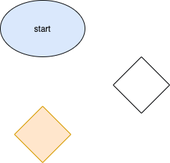
Before: explore/diagramming/diagram.drawio.png, a diagram exported from draw.io (carriens/fa21-cse110-lab4). Source tidied: cells renumbered, new cells last; positions are measured from the earlier drawing's top-left corner, leaving out a move shared by most shapes. Its diagram source:
```xml
<mxGraphModel>
  <root>
    <mxCell id="0" />
    <mxCell id="1" parent="0" />
    <mxCell id="2" value="start" style="ellipse;whiteSpace=wrap;html=1;fillColor=#dae8fc;strokeColor=#06080A;fontColor=#0A0A0A;" parent="1" vertex="1">
      <mxGeometry width="120" height="80" as="geometry" />
    </mxCell>
    <mxCell id="3" style="rhombus;whiteSpace=wrap;html=1;fontColor=#0A0A0A;strokeColor=#06080A;gradientColor=none;" parent="1" vertex="1">
      <mxGeometry x="160" y="80" width="80" height="80" as="geometry" />
    </mxCell>
    <mxCell id="4" style="rhombus;whiteSpace=wrap;html=1;strokeColor=#d79b00;fillColor=#ffe6cc;fontColor=#0A0A0A;" parent="1" vertex="1">
      <mxGeometry x="20" y="150" width="80" height="80" as="geometry" />
    </mxCell>
  </root>
</mxGraphModel>
```
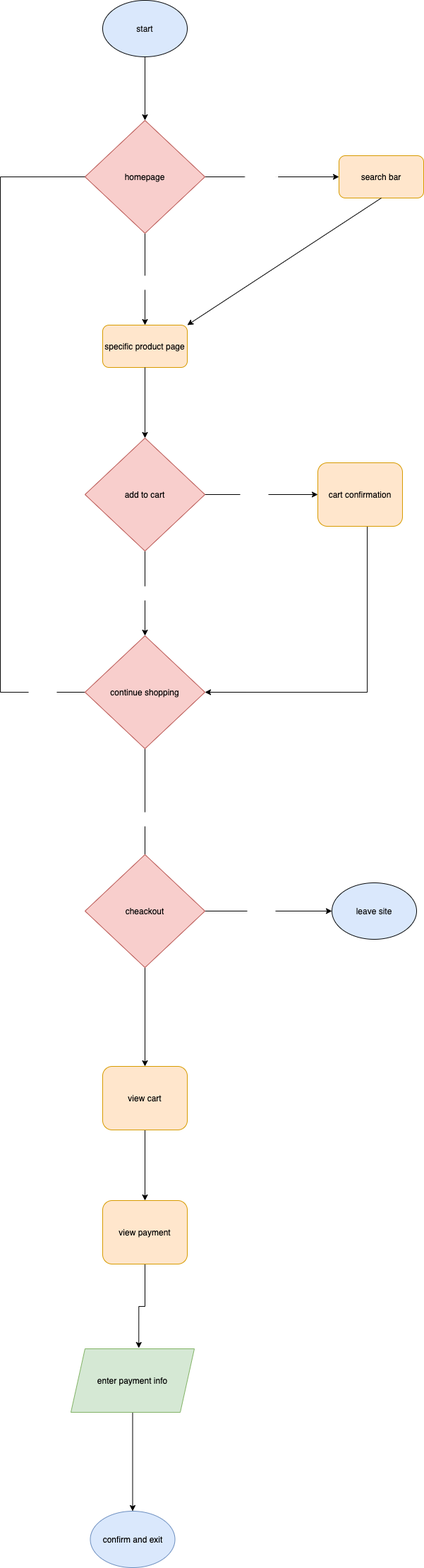
Later version of the same file.

Change to the diagram source:
```diff
@@ -3,13 +3,141 @@
     <mxCell id="0" />
     <mxCell id="1" parent="0" />
     <mxCell id="2" value="start" style="ellipse;whiteSpace=wrap;html=1;fillColor=#dae8fc;strokeColor=#06080A;fontColor=#0A0A0A;" parent="1" vertex="1">
-      <mxGeometry width="120" height="80" as="geometry" />
+      <mxGeometry x="45" y="-20" width="120" height="80" as="geometry" />
     </mxCell>
-    <mxCell id="3" style="rhombus;whiteSpace=wrap;html=1;fontColor=#0A0A0A;strokeColor=#06080A;gradientColor=none;" parent="1" vertex="1">
-      <mxGeometry x="160" y="80" width="80" height="80" as="geometry" />
-    </mxCell>
+    <mxCell id="5" style="edgeStyle=orthogonalEdgeStyle;rounded=0;jettySize=auto;html=1;fontColor=#000000;endArrow=none;endFill=0;" parent="1" edge="1" source="4" target="35">
+      <mxGeometry relative="1" as="geometry" />
+    </mxCell>
+    <mxCell id="6" style="edgeStyle=orthogonalEdgeStyle;rounded=0;jettySize=auto;html=1;entryX=0.5;entryY=0;entryDx=0;entryDy=0;fontColor=#FFFFFF;endArrow=none;endFill=0;" parent="1" edge="1" source="4" target="37">
+      <mxGeometry relative="1" as="geometry" />
+    </mxCell>
-    <mxCell id="4" style="rhombus;whiteSpace=wrap;html=1;strokeColor=#d79b00;fillColor=#ffe6cc;fontColor=#0A0A0A;" parent="1" vertex="1">
-      <mxGeometry x="20" y="150" width="80" height="80" as="geometry" />
+    <mxCell id="4" value="homepage" style="rhombus;whiteSpace=wrap;html=1;strokeColor=#b85450;fillColor=#f8cecc;fontColor=#000000;rounded=0;" parent="1" vertex="1">
+      <mxGeometry x="20" y="150" width="170" height="160" as="geometry" />
     </mxCell>
+    <mxCell id="7" style="endArrow=classic;html=1;fontColor=#0A0A0A;entryX=0.5;entryY=0;entryDx=0;entryDy=0;exitX=0.5;exitY=1;exitDx=0;exitDy=0;" parent="1" edge="1" source="2" target="4">
+      <mxGeometry relative="1" as="geometry" />
+    </mxCell>
+    <mxCell id="8" value="&lt;font color=&quot;#000000&quot;&gt;search bar&lt;/font&gt;" style="rounded=1;whiteSpace=wrap;html=1;strokeColor=#d79b00;fillColor=#ffe6cc;" parent="1" vertex="1">
+      <mxGeometry x="380" y="200" width="120" height="60" as="geometry" />
+    </mxCell>
+    <mxCell id="9" style="endArrow=classic;html=1;fontColor=#0A0A0A;exitX=0.5;exitY=1;exitDx=0;exitDy=0;entryX=1;entryY=0;entryDx=0;entryDy=0;" parent="1" edge="1" source="8" target="10">
+      <mxGeometry relative="1" as="geometry" />
+    </mxCell>
+    <mxCell id="10" value="&lt;font color=&quot;#000000&quot;&gt;specific product page&lt;/font&gt;" style="rounded=1;whiteSpace=wrap;html=1;strokeColor=#d79b00;fillColor=#ffe6cc;" parent="1" vertex="1">
+      <mxGeometry x="45" y="440" width="120" height="60" as="geometry" />
+    </mxCell>
+    <mxCell id="11" style="edgeStyle=orthogonalEdgeStyle;rounded=0;jettySize=auto;html=1;fontColor=#0A0A0A;entryX=0.5;entryY=0;entryDx=0;entryDy=0;exitX=0.5;exitY=1;exitDx=0;exitDy=0;" parent="1" edge="1" source="10" target="16">
+      <mxGeometry relative="1" as="geometry" />
+    </mxCell>
+    <mxCell id="12" style="edgeStyle=orthogonalEdgeStyle;rounded=0;jettySize=auto;html=1;entryX=1;entryY=0.5;entryDx=0;entryDy=0;fontColor=#FFFFFF;" parent="1" edge="1" source="13" target="21">
+      <mxGeometry relative="1" as="geometry">
+        <Array as="points">
+          <mxPoint x="420" y="960" />
+        </Array>
+      </mxGeometry>
+    </mxCell>
+    <mxCell id="13" value="&lt;font color=&quot;#000000&quot;&gt;cart confirmation&lt;/font&gt;" style="rounded=1;whiteSpace=wrap;html=1;strokeColor=#d79b00;fillColor=#ffe6cc;" parent="1" vertex="1">
+      <mxGeometry x="350" y="635" width="120" height="90" as="geometry" />
+    </mxCell>
+    <mxCell id="14" style="edgeStyle=orthogonalEdgeStyle;rounded=0;jettySize=auto;html=1;fontColor=#FFFFFF;endArrow=none;endFill=0;" parent="1" edge="1" source="16" target="18">
+      <mxGeometry relative="1" as="geometry" />
+    </mxCell>
+    <mxCell id="15" style="edgeStyle=orthogonalEdgeStyle;rounded=0;jettySize=auto;html=1;fontColor=#FFFFFF;endArrow=none;endFill=0;" parent="1" edge="1" source="16" target="23">
+      <mxGeometry relative="1" as="geometry" />
+    </mxCell>
+    <mxCell id="16" value="add to cart" style="rhombus;whiteSpace=wrap;html=1;strokeColor=#b85450;fillColor=#f8cecc;fontColor=#000000;" parent="1" vertex="1">
+      <mxGeometry x="20" y="600" width="170" height="160" as="geometry" />
+    </mxCell>
+    <mxCell id="17" style="edgeStyle=orthogonalEdgeStyle;rounded=0;jettySize=auto;html=1;entryX=0;entryY=0.5;entryDx=0;entryDy=0;fontColor=#FFFFFF;" parent="1" edge="1" source="18" target="13">
+      <mxGeometry relative="1" as="geometry" />
+    </mxCell>
+    <mxCell id="18" value="YES" style="text;html=1;strokeColor=none;fillColor=none;align=center;verticalAlign=middle;whiteSpace=wrap;rounded=0;fontColor=#FFFFFF;" parent="1" vertex="1">
+      <mxGeometry x="240" y="670" width="40" height="20" as="geometry" />
+    </mxCell>
+    <mxCell id="19" style="edgeStyle=orthogonalEdgeStyle;rounded=0;jettySize=auto;html=1;entryX=1;entryY=0.5;entryDx=0;entryDy=0;fontColor=#FFFFFF;endArrow=none;endFill=0;" parent="1" edge="1" source="21" target="25">
+      <mxGeometry relative="1" as="geometry" />
+    </mxCell>
+    <mxCell id="20" style="edgeStyle=orthogonalEdgeStyle;rounded=0;jettySize=auto;html=1;entryX=0.5;entryY=0;entryDx=0;entryDy=0;fontColor=#FFFFFF;endArrow=none;endFill=0;" parent="1" edge="1" source="21" target="27">
+      <mxGeometry relative="1" as="geometry" />
+    </mxCell>
+    <mxCell id="21" value="continue shopping" style="rhombus;whiteSpace=wrap;html=1;strokeColor=#b85450;fillColor=#f8cecc;fontColor=#000000;" parent="1" vertex="1">
+      <mxGeometry x="20" y="880" width="170" height="160" as="geometry" />
+    </mxCell>
+    <mxCell id="22" style="edgeStyle=orthogonalEdgeStyle;rounded=0;jettySize=auto;html=1;fontColor=#FFFFFF;" parent="1" edge="1" source="23" target="21">
+      <mxGeometry relative="1" as="geometry" />
+    </mxCell>
+    <mxCell id="23" value="NO" style="text;html=1;strokeColor=none;fillColor=none;align=center;verticalAlign=middle;whiteSpace=wrap;rounded=0;fontColor=#FFFFFF;" parent="1" vertex="1">
+      <mxGeometry x="85" y="810" width="40" height="20" as="geometry" />
+    </mxCell>
+    <mxCell id="24" style="edgeStyle=orthogonalEdgeStyle;rounded=0;jettySize=auto;html=1;fontColor=#FFFFFF;endArrow=none;endFill=0;entryX=0;entryY=0.5;entryDx=0;entryDy=0;" parent="1" edge="1" source="25" target="4">
+      <mxGeometry relative="1" as="geometry">
+        <Array as="points">
+          <mxPoint x="-100" y="960" />
+          <mxPoint x="-100" y="230" />
+        </Array>
+      </mxGeometry>
+    </mxCell>
+    <mxCell id="25" value="YES" style="text;html=1;strokeColor=none;fillColor=none;align=center;verticalAlign=middle;whiteSpace=wrap;rounded=0;fontColor=#FFFFFF;" parent="1" vertex="1">
+      <mxGeometry x="-60" y="950" width="40" height="20" as="geometry" />
+    </mxCell>
+    <mxCell id="26" style="edgeStyle=orthogonalEdgeStyle;rounded=0;jettySize=auto;html=1;fontColor=#FFFFFF;endArrow=none;endFill=0;" parent="1" edge="1" source="27" target="30">
+      <mxGeometry relative="1" as="geometry" />
+    </mxCell>
+    <mxCell id="27" value="NO" style="text;html=1;strokeColor=none;fillColor=none;align=center;verticalAlign=middle;whiteSpace=wrap;rounded=0;fontColor=#FFFFFF;" parent="1" vertex="1">
+      <mxGeometry x="85" y="1130" width="40" height="20" as="geometry" />
+    </mxCell>
+    <mxCell id="28" style="edgeStyle=orthogonalEdgeStyle;rounded=0;jettySize=auto;html=1;fontColor=#FFFFFF;endArrow=none;endFill=0;" parent="1" edge="1" source="30" target="33">
+      <mxGeometry relative="1" as="geometry" />
+    </mxCell>
+    <mxCell id="29" style="edgeStyle=orthogonalEdgeStyle;rounded=0;jettySize=auto;html=1;entryX=0.5;entryY=0;entryDx=0;entryDy=0;fontColor=#FFFFFF;endArrow=classic;endFill=1;" parent="1" edge="1" source="30" target="39">
+      <mxGeometry relative="1" as="geometry" />
+    </mxCell>
+    <mxCell id="30" value="cheackout" style="rhombus;whiteSpace=wrap;html=1;strokeColor=#b85450;fillColor=#f8cecc;fontColor=#000000;" parent="1" vertex="1">
+      <mxGeometry x="20" y="1190" width="170" height="160" as="geometry" />
+    </mxCell>
+    <mxCell id="31" value="leave site" style="ellipse;whiteSpace=wrap;html=1;fillColor=#dae8fc;strokeColor=#06080A;fontColor=#0A0A0A;" parent="1" vertex="1">
+      <mxGeometry x="370" y="1230" width="120" height="80" as="geometry" />
+    </mxCell>
+    <mxCell id="32" style="edgeStyle=orthogonalEdgeStyle;rounded=0;jettySize=auto;html=1;entryX=0;entryY=0.5;entryDx=0;entryDy=0;fontColor=#FFFFFF;endArrow=classic;endFill=1;" parent="1" edge="1" source="33" target="31">
+      <mxGeometry relative="1" as="geometry" />
+    </mxCell>
+    <mxCell id="33" value="NO" style="text;html=1;strokeColor=none;fillColor=none;align=center;verticalAlign=middle;whiteSpace=wrap;rounded=0;fontColor=#FFFFFF;" parent="1" vertex="1">
+      <mxGeometry x="250" y="1260" width="40" height="20" as="geometry" />
+    </mxCell>
+    <mxCell id="34" style="edgeStyle=orthogonalEdgeStyle;rounded=0;jettySize=auto;html=1;fontColor=#000000;endArrow=classic;endFill=1;" parent="1" edge="1" source="35" target="8">
+      <mxGeometry relative="1" as="geometry" />
+    </mxCell>
+    <mxCell id="35" value="&lt;font color=&quot;#ffffff&quot;&gt;SEARCH&lt;/font&gt;" style="text;html=1;strokeColor=none;fillColor=none;align=center;verticalAlign=middle;whiteSpace=wrap;rounded=0;fontColor=#000000;" parent="1" vertex="1">
+      <mxGeometry x="250" y="220" width="40" height="20" as="geometry" />
+    </mxCell>
+    <mxCell id="36" style="edgeStyle=orthogonalEdgeStyle;rounded=0;jettySize=auto;html=1;fontColor=#FFFFFF;endArrow=classic;endFill=1;" parent="1" edge="1" source="37" target="10">
+      <mxGeometry relative="1" as="geometry" />
+    </mxCell>
+    <mxCell id="37" value="BROWSE" style="text;html=1;strokeColor=none;fillColor=none;align=center;verticalAlign=middle;whiteSpace=wrap;rounded=0;fontColor=#FFFFFF;" parent="1" vertex="1">
+      <mxGeometry x="85" y="370" width="40" height="20" as="geometry" />
+    </mxCell>
+    <mxCell id="38" style="edgeStyle=orthogonalEdgeStyle;rounded=0;jettySize=auto;html=1;fontColor=#FFFFFF;endArrow=classic;endFill=1;" parent="1" edge="1" source="39">
+      <mxGeometry relative="1" as="geometry">
+        <mxPoint x="105" y="1680" as="targetPoint" />
+      </mxGeometry>
+    </mxCell>
+    <mxCell id="39" value="&lt;font color=&quot;#000000&quot;&gt;view cart&lt;/font&gt;" style="rounded=1;whiteSpace=wrap;html=1;strokeColor=#d79b00;fillColor=#ffe6cc;" parent="1" vertex="1">
+      <mxGeometry x="45" y="1490" width="120" height="90" as="geometry" />
+    </mxCell>
+    <mxCell id="40" style="edgeStyle=orthogonalEdgeStyle;rounded=0;jettySize=auto;html=1;entryX=0.5;entryY=0;entryDx=0;entryDy=0;fontColor=#FFFFFF;endArrow=classic;endFill=1;" parent="1" edge="1" source="41" target="44">
+      <mxGeometry relative="1" as="geometry" />
+    </mxCell>
+    <mxCell id="41" value="&lt;font color=&quot;#000000&quot;&gt;enter payment info&lt;/font&gt;" style="shape=parallelogram;perimeter=parallelogramPerimeter;whiteSpace=wrap;html=1;fixedSize=1;rounded=0;strokeColor=#82b366;fillColor=#d5e8d4;" parent="1" vertex="1">
+      <mxGeometry y="1890" width="175" height="90" as="geometry" />
+    </mxCell>
+    <mxCell id="42" style="edgeStyle=orthogonalEdgeStyle;rounded=0;jettySize=auto;html=1;entryX=0.55;entryY=-0.011;entryDx=0;entryDy=0;entryPerimeter=0;fontColor=#FFFFFF;endArrow=classic;endFill=1;" parent="1" edge="1" source="43" target="41">
+      <mxGeometry relative="1" as="geometry" />
+    </mxCell>
+    <mxCell id="43" value="&lt;font color=&quot;#000000&quot;&gt;view payment&lt;/font&gt;" style="rounded=1;whiteSpace=wrap;html=1;strokeColor=#d79b00;fillColor=#ffe6cc;" parent="1" vertex="1">
+      <mxGeometry x="45" y="1680" width="120" height="90" as="geometry" />
+    </mxCell>
+    <mxCell id="44" value="&lt;font color=&quot;#000000&quot;&gt;confirm and exit&lt;/font&gt;" style="ellipse;whiteSpace=wrap;html=1;rounded=0;strokeColor=#6c8ebf;fillColor=#dae8fc;" parent="1" vertex="1">
+      <mxGeometry x="27.5" y="2120" width="120" height="80" as="geometry" />
+    </mxCell>
   </root>
 </mxGraphModel>
```
